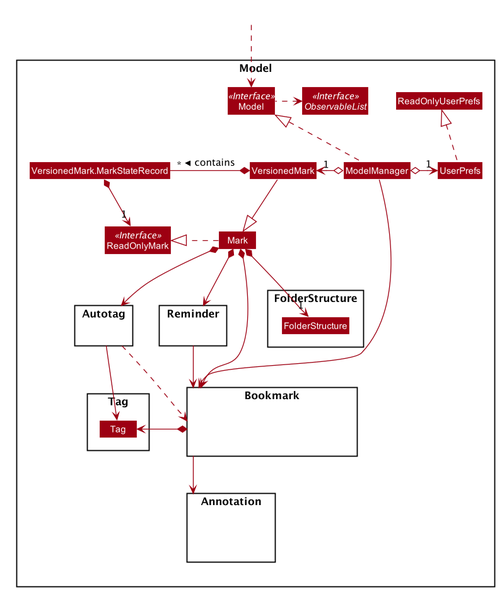
AY1920S1-CS2103T-T13-4/main keeps this PlantUML diagram as images/ModelClassDiagram.png. Above is the earlier version. The source it was exported from:
```plantuml
@startuml








skinparam BackgroundColor #FFFFFFF

skinparam Shadowing false

skinparam Class {
    FontColor #FFFFFF
    BorderThickness 1
    BorderColor #FFFFFF
    StereotypeFontColor #FFFFFF
    FontName Arial
}

skinparam Actor {
    BorderColor #000000
    Color #000000
    FontName Arial
}

skinparam Sequence {
    MessageAlign center
    BoxFontSize 15
    BoxPadding 0
    BoxFontColor #FFFFFF
    FontName Arial
}

skinparam Participant {
    FontColor #FFFFFFF
    Padding 20
}

skinparam MinClassWidth 50
skinparam ParticipantPadding 10
skinparam Shadowing false
skinparam DefaultTextAlignment center
skinparam packageStyle Rectangle

hide footbox
hide members
hide circle
skinparam arrowThickness 1.1
skinparam arrowColor #9D0012
skinparam classBackgroundColor #9D0012

Package Model <<Rectangle>> {
Interface ReadOnlyMark <<Interface>>
Interface Model <<Interface>>
Interface ObservableList <<Interface>>
Class Mark
Class ReadOnlyMark
Class VersionedMark
Class Model
Class ModelManager
Class UserPrefs
Class ReadOnlyUserPrefs
Class VersionedMark.MarkStateRecord

Package FolderStructure {
Class FolderStructure
}

Package Reminder {
}

Package Autotag {
}

Package Bookmark {
Class HiddenB1 #FFFFFF
Class HiddenB2 #FFFFFF
}

Package Annotation {
Class A #FFFFFF
}

Package Tag {
Class Tag
}
}

Class HiddenOutside #FFFFFF
HiddenOutside ..> Model

ModelManager .up.|> Model
Model .left.> ObservableList
ModelManager o-left-> "1" VersionedMark
ModelManager o-right-> "1" UserPrefs
ModelManager -down-> Bookmark

UserPrefs .up.|> ReadOnlyUserPrefs

Mark .right.|> ReadOnlyMark
VersionedMark -down-|> Mark
VersionedMark *-left "*" VersionedMark.MarkStateRecord : contains >
VersionedMark.MarkStateRecord *-down> "1" ReadOnlyMark

Mark *--> Bookmark
Mark *-right-> "1" FolderStructure
Mark *--> Reminder
Mark *--> Autotag

FolderStructure -[hidden]left-> Autotag
Autotag -[hidden]left-> Reminder

Bookmark *-left-> Tag
Bookmark --> Annotation

HiddenB1 -[hidden]right-> HiddenB2

Reminder -right-> Bookmark

Autotag --> Tag
Autotag ..> Bookmark

@enduml
```
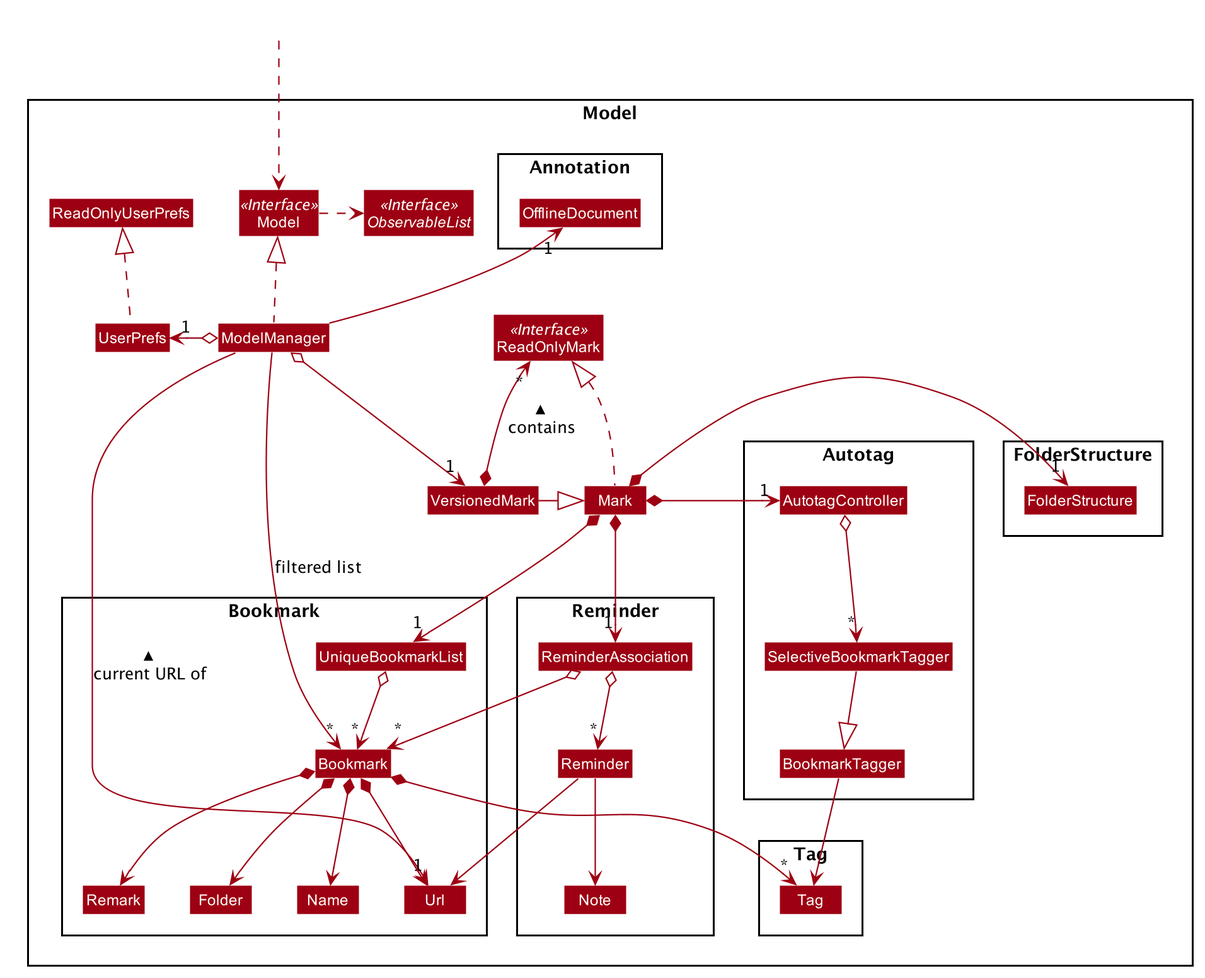
Above is the later version.

The edit, as a diff of the source:
```diff
@@ -51,7 +51,7 @@
 skinparam arrowColor #9D0012
 skinparam classBackgroundColor #9D0012
 
-Package Model <<Rectangle>> {
+Package Model <<Rectangle>>{
 Interface ReadOnlyMark <<Interface>>
 Interface Model <<Interface>>
 Interface ObservableList <<Interface>>
@@ -62,25 +62,34 @@
 Class ModelManager
 Class UserPrefs
 Class ReadOnlyUserPrefs
-Class VersionedMark.MarkStateRecord
 
 Package FolderStructure {
 Class FolderStructure
 }
 
 Package Reminder {
+Class Reminder
+Class Note
+Class ReminderAssociation
 }
 
 Package Autotag {
+Class AutotagController
+Class BookmarkTagger
+Class SelectiveBookmarkTagger
 }
 
 Package Bookmark {
-Class HiddenB1 #FFFFFF
-Class HiddenB2 #FFFFFF
+Class Bookmark
+Class Name
+Class Url
+Class Remark
+Class Folder
+Class UniqueBookmarkList
 }
 
 Package Annotation {
-Class A #FFFFFF
+Class OfflineDocument
 }
 
 Package Tag {
@@ -92,34 +101,42 @@
 HiddenOutside ..> Model
 
 ModelManager .up.|> Model
-Model .left.> ObservableList
-ModelManager o-left-> "1" VersionedMark
-ModelManager o-right-> "1" UserPrefs
-ModelManager -down-> Bookmark
+Model .right.> ObservableList
+ModelManager o--> "1" VersionedMark
+ModelManager o-left-> "1" UserPrefs
+ModelManager --> "*" Bookmark : filtered list
+ModelManager -up-> "1" OfflineDocument
+ModelManager --> "1" Url : < current URL of
 
 UserPrefs .up.|> ReadOnlyUserPrefs
 
-Mark .right.|> ReadOnlyMark
-VersionedMark -down-|> Mark
-VersionedMark *-left "*" VersionedMark.MarkStateRecord : contains >
-VersionedMark.MarkStateRecord *-down> "1" ReadOnlyMark
+Mark .up.|> ReadOnlyMark
+VersionedMark -|> Mark
+VersionedMark *-up-> "*" ReadOnlyMark : contains >
 
-Mark *--> Bookmark
-Mark *-right-> "1" FolderStructure
-Mark *--> Reminder
-Mark *--> Autotag
+Mark *--> "1" UniqueBookmarkList
+Mark *-left-> "1" FolderStructure
+Mark *--> "1" ReminderAssociation
+Mark *-left-> "1" AutotagController
 
-FolderStructure -[hidden]left-> Autotag
-Autotag -[hidden]left-> Reminder
+UniqueBookmarkList o--> "*" Bookmark
+Bookmark *--> Name
+Bookmark *--> Url
+Bookmark *--> Remark
+Bookmark *--> Folder
+Bookmark *--> "*" Tag
 
-Bookmark *-left-> Tag
-Bookmark --> Annotation
+Name -[hidden]right-> Url
+Url -[hidden]right-> Remark
+Remark -[hidden]right-> Folder
 
-HiddenB1 -[hidden]right-> HiddenB2
+ReminderAssociation o--> "*" Bookmark
+ReminderAssociation o--> "*" Reminder
+Reminder --> Url
+Reminder --> Note
 
-Reminder -right-> Bookmark
-
-Autotag --> Tag
-Autotag ..> Bookmark
+AutotagController o--> "*" SelectiveBookmarkTagger
+SelectiveBookmarkTagger -down-|> BookmarkTagger
+BookmarkTagger --> Tag
 
 @enduml
```
